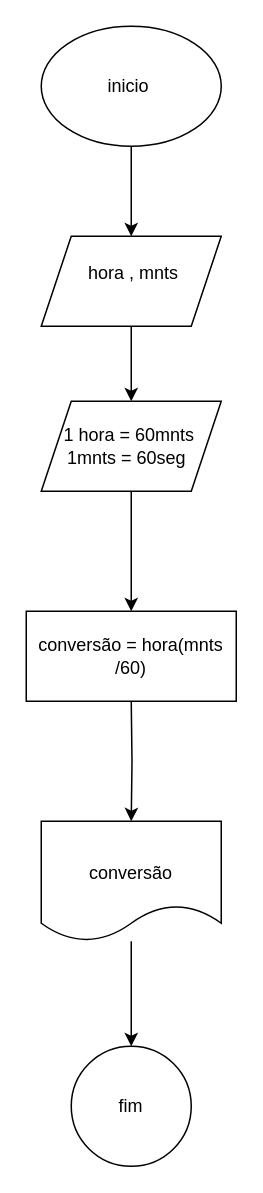
Before: variaveiseoperadoresaritimeticos/hrs,min.drawio in beatrizvih/p_a2025, a draw.io diagram. Source tidied: cells renumbered, new cells numbered last; positions are measured from the earlier drawing's top-left corner, leaving out a move shared by most shapes. Both pictures are drawn from the tidied source at 150%, with x=0, y=0 at pixel (26, 26).
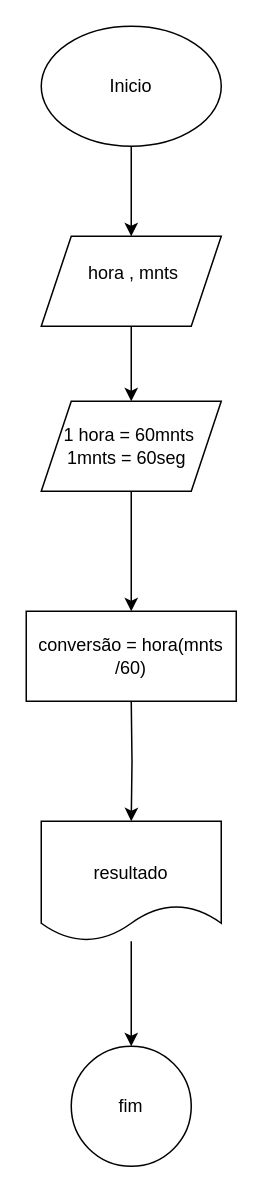
The same page after the edit.

Change to the diagram source:
```diff
@@
 <mxGraphModel>
   <root>
     <mxCell id="0" />
     <mxCell id="1" parent="0" />
     <mxCell id="2" style="edgeStyle=orthogonalEdgeStyle;rounded=0;jettySize=auto;html=1;entryX=0.5;entryY=0;entryDx=0;entryDy=0;" parent="1" edge="1" source="3" target="6">
       <mxGeometry relative="1" as="geometry" />
     </mxCell>
     <mxCell id="3" style="ellipse;whiteSpace=wrap;html=1;" parent="1" vertex="1">
       <mxGeometry x="10" width="120" height="80" as="geometry" />
     </mxCell>
-    <mxCell id="4" value="inicio&amp;nbsp;" style="text;html=1;align=center;verticalAlign=middle;whiteSpace=wrap;rounded=0;" parent="1" vertex="1">
+    <mxCell id="4" value="Inicio" style="text;html=1;align=center;verticalAlign=middle;whiteSpace=wrap;rounded=0;" parent="1" vertex="1">
       <mxGeometry x="40" y="25" width="60" height="30" as="geometry" />
     </mxCell>
     <mxCell id="5" style="edgeStyle=orthogonalEdgeStyle;rounded=0;jettySize=auto;html=1;" parent="1" edge="1" source="6" target="9">
       <mxGeometry relative="1" as="geometry" />
     </mxCell>
     <mxCell id="6" style="shape=parallelogram;perimeter=parallelogramPerimeter;whiteSpace=wrap;html=1;fixedSize=1;" parent="1" vertex="1">
       <mxGeometry x="10" y="140" width="120" height="60" as="geometry" />
     </mxCell>
     <mxCell id="7" value="&amp;nbsp;hora , mnts" style="text;html=1;align=center;verticalAlign=middle;whiteSpace=wrap;rounded=0;" parent="1" vertex="1">
       <mxGeometry x="25" y="150" width="90" height="30" as="geometry" />
     </mxCell>
     <mxCell id="8" style="edgeStyle=orthogonalEdgeStyle;rounded=0;jettySize=auto;html=1;" parent="1" edge="1" source="9" target="11">
       <mxGeometry relative="1" as="geometry" />
     </mxCell>
     <mxCell id="9" style="shape=parallelogram;perimeter=parallelogramPerimeter;whiteSpace=wrap;html=1;fixedSize=1;" parent="1" vertex="1">
       <mxGeometry x="10" y="250" width="120" height="60" as="geometry" />
     </mxCell>
     <mxCell id="10" value="1 hora = 60mnts&amp;nbsp;&lt;div&gt;1mnts = 60seg&amp;nbsp;&amp;nbsp;&lt;/div&gt;" style="text;html=1;align=center;verticalAlign=middle;whiteSpace=wrap;rounded=0;" parent="1" vertex="1">
       <mxGeometry x="17.5" y="265" width="105" height="30" as="geometry" />
     </mxCell>
     <mxCell id="11" style="whiteSpace=wrap;html=1;" parent="1" vertex="1">
       <mxGeometry y="390" width="140" height="60" as="geometry" />
     </mxCell>
     <mxCell id="12" style="edgeStyle=orthogonalEdgeStyle;rounded=0;jettySize=auto;html=1;entryX=0.5;entryY=0;entryDx=0;entryDy=0;" parent="1" edge="1" target="15">
       <mxGeometry relative="1" as="geometry">
         <mxPoint x="70" y="450" as="sourcePoint" />
       </mxGeometry>
     </mxCell>
     <mxCell id="13" value="conversão = hora(mnts /60)" style="text;html=1;align=center;verticalAlign=middle;whiteSpace=wrap;rounded=0;" parent="1" vertex="1">
       <mxGeometry y="405" width="140" height="30" as="geometry" />
     </mxCell>
     <mxCell id="14" style="edgeStyle=orthogonalEdgeStyle;rounded=0;jettySize=auto;html=1;" parent="1" edge="1" source="15" target="17">
       <mxGeometry relative="1" as="geometry" />
     </mxCell>
     <mxCell id="15" style="shape=document;whiteSpace=wrap;html=1;boundedLbl=1;" parent="1" vertex="1">
       <mxGeometry x="10" y="530" width="120" height="80" as="geometry" />
     </mxCell>
-    <mxCell id="16" value="conversão" style="text;html=1;align=center;verticalAlign=middle;whiteSpace=wrap;rounded=0;" parent="1" vertex="1">
+    <mxCell id="16" value="resultado" style="text;html=1;align=center;verticalAlign=middle;whiteSpace=wrap;rounded=0;" parent="1" vertex="1">
       <mxGeometry x="40" y="550" width="60" height="30" as="geometry" />
     </mxCell>
     <mxCell id="17" style="ellipse;whiteSpace=wrap;html=1;" parent="1" vertex="1">
       <mxGeometry x="30" y="680" width="80" height="80" as="geometry" />
     </mxCell>
     <mxCell id="18" value="fim" style="text;html=1;align=center;verticalAlign=middle;whiteSpace=wrap;rounded=0;" parent="1" vertex="1">
       <mxGeometry x="40" y="707.5" width="60" height="25" as="geometry" />
     </mxCell>
   </root>
 </mxGraphModel>
```
